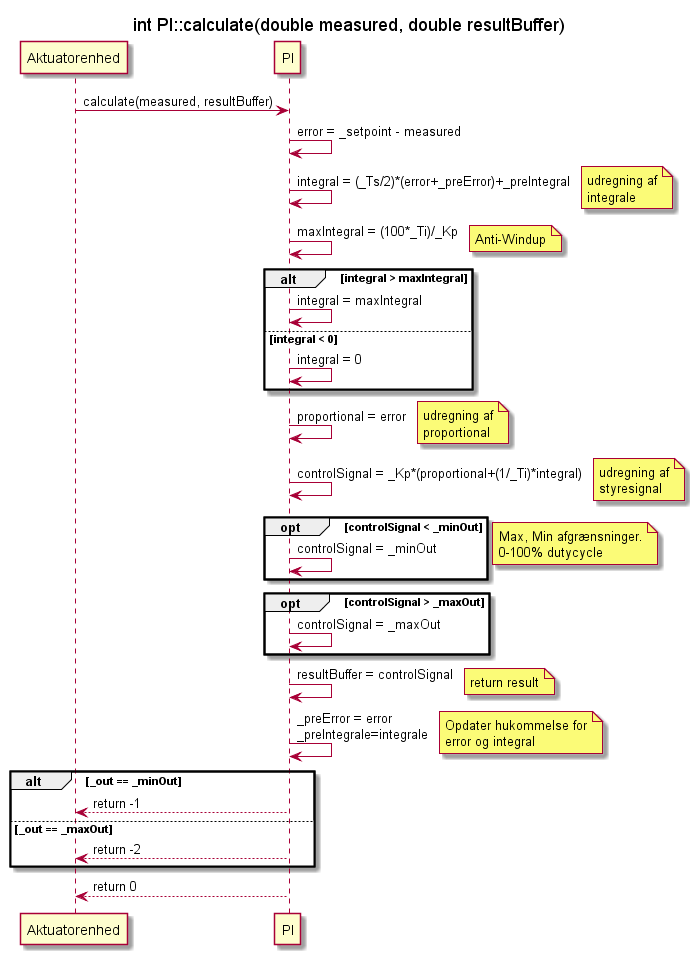
This is Design/Akutuator enhed/Software/out/PI/SD_PI_calculate/SD_PI_calculate.png from Solvgraa-mager/E4PRJ4, a PlantUML export, as it was before one commit.
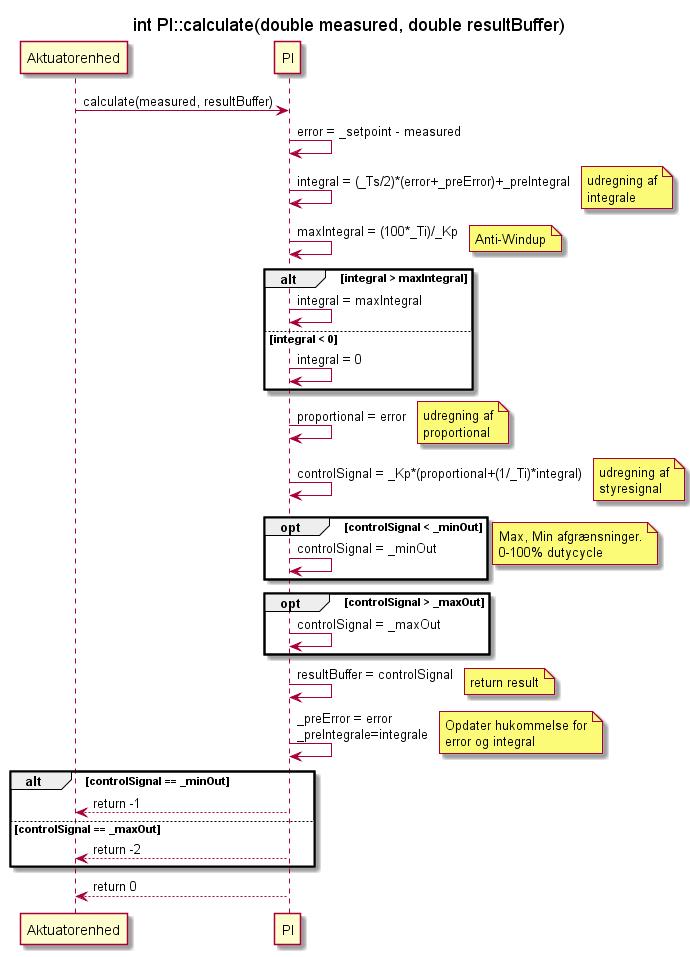
Later version of the same file.

Diff of the diagram source:
```diff
@@ -39,9 +39,9 @@
 PI -> PI : _preError = error\n_preIntegrale=integrale
 note right : Opdater hukommelse for\nerror og integral
 
-alt _out == _minOut
+alt controlSignal == _minOut
 PI --> a : return -1
-else _out == _maxOut
+else controlSignal == _maxOut
 PI --> a : return -2
 end
 PI --> a : return 0
```
